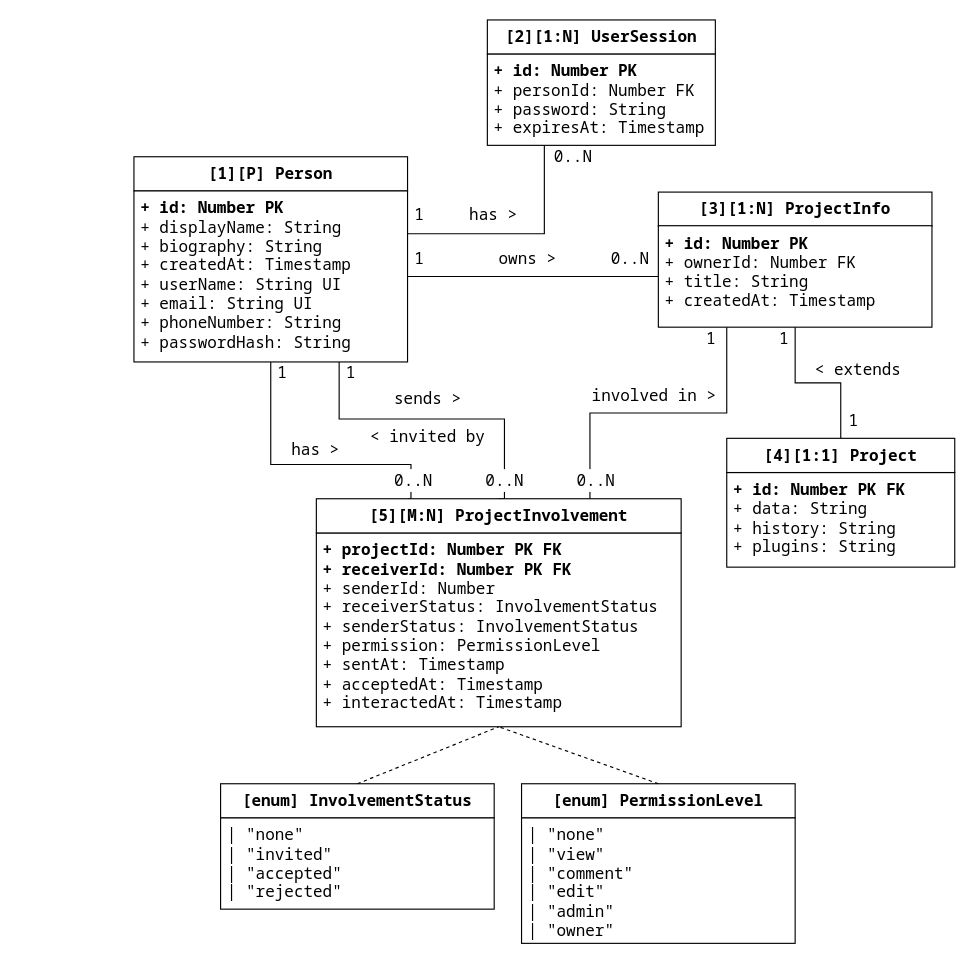
Above: page "Relational" (1 of 3) of science-vis/datamodel.drawio in dmitriynaumov1024/proj (draw.io), before the change. Source tidied: cells renumbered, new cells numbered last; positions are measured from the earlier drawing's top-left corner, leaving out a move shared by most shapes. Both pictures are drawn from the tidied source at 114%, with x=0, y=0 at pixel (133, 19).
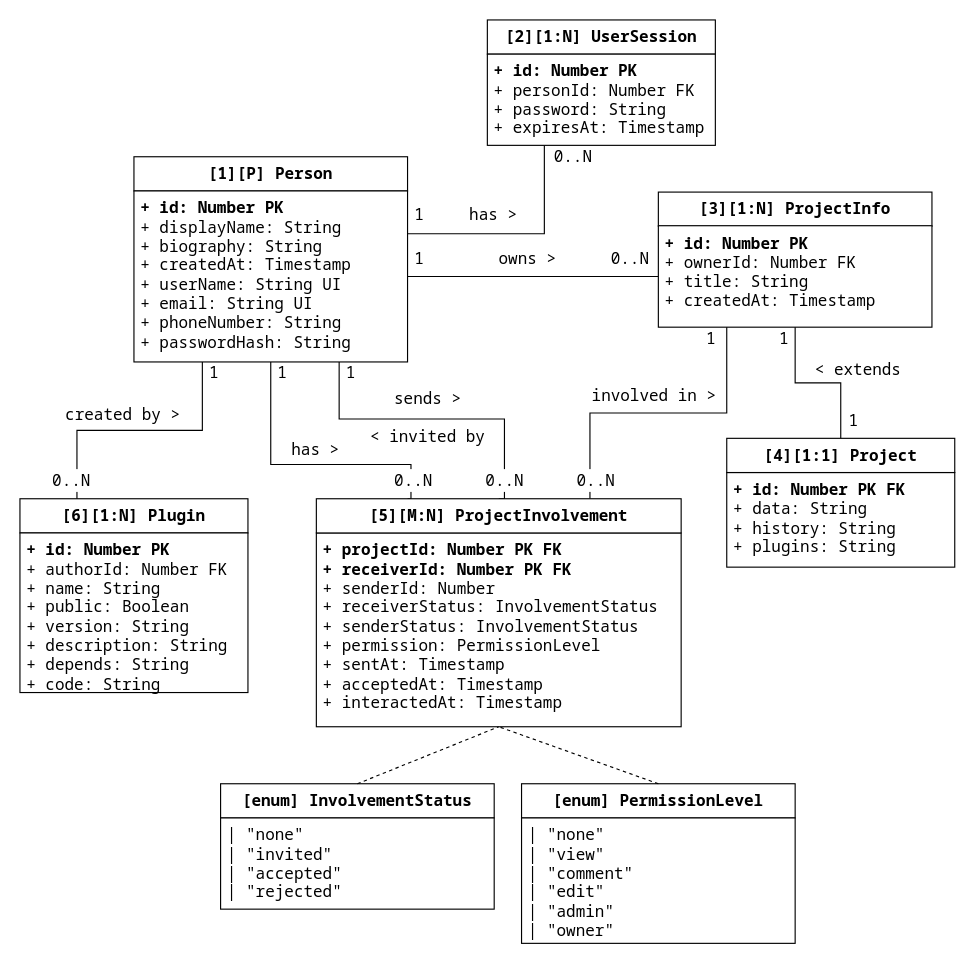
The same page after the edit.

The change refers to these unchanged cells:
```xml
<mxCell id="6" value="&lt;b&gt;+ id: Number PK&lt;/b&gt;&lt;br&gt;+ displayName: String&lt;br&gt;&lt;div&gt;+ biography: String&lt;/div&gt;&lt;div&gt;+ createdAt: Timestamp&lt;/div&gt;+ userName: String UI&lt;div&gt;+ email: String UI&lt;/div&gt;&lt;div&gt;+ phoneNumber: String&lt;/div&gt;&lt;div&gt;+ passwordHash: String&lt;/div&gt;" style="rounded=0;whiteSpace=wrap;html=1;fontFamily=Noto Sans Mono;fontSize=14;align=left;verticalAlign=top;spacingLeft=4;" parent="1" vertex="1">
  <mxGeometry y="150" width="240" height="150" as="geometry" />
</mxCell>
```

Change to the diagram source:
```diff
@@
+    <mxCell id="42" value="[6][1:N] Plugin" style="rounded=0;whiteSpace=wrap;html=1;fontFamily=Noto Sans Mono;fontSize=14;fontStyle=1;" parent="1" vertex="1">
+      <mxGeometry x="-100" y="420" width="200" height="30" as="geometry" />
+    </mxCell>
+    <mxCell id="43" value="&lt;div&gt;&lt;b&gt;+ id: Number PK&lt;/b&gt;&lt;/div&gt;&lt;div&gt;+ authorId: Number FK&lt;/div&gt;&lt;div&gt;+ name: String&amp;nbsp;&lt;/div&gt;&lt;div&gt;+ public: Boolean&lt;/div&gt;&lt;div&gt;+ version: String&lt;/div&gt;&lt;div&gt;+ description: String&lt;/div&gt;&lt;div&gt;+ depends: String&lt;/div&gt;&lt;div&gt;+ code: String&lt;/div&gt;" style="rounded=0;whiteSpace=wrap;html=1;fontFamily=Noto Sans Mono;fontSize=14;align=left;verticalAlign=top;spacingLeft=4;" parent="1" vertex="1">
+      <mxGeometry x="-100" y="450" width="200" height="140" as="geometry" />
+    </mxCell>
+    <mxCell id="44" style="edgeStyle=orthogonalEdgeStyle;rounded=0;jettySize=auto;html=1;exitX=0.25;exitY=0;exitDx=0;exitDy=0;entryX=0.25;entryY=1;entryDx=0;entryDy=0;fontFamily=Noto Sans Mono;fontSize=14;endArrow=none;endFill=0;" parent="1" edge="1" source="42" target="6">
+      <mxGeometry relative="1" as="geometry" />
+    </mxCell>
+    <mxCell id="45" value="created by &amp;gt;" style="text;html=1;align=center;verticalAlign=middle;strokeColor=none;fillColor=none;fontSize=14;fontFamily=Noto Sans Mono;" parent="1" vertex="1">
+      <mxGeometry x="-70" y="336" width="120" height="20" as="geometry" />
+    </mxCell>
+    <mxCell id="46" value="1" style="text;html=1;align=center;verticalAlign=middle;strokeColor=none;fillColor=none;fontSize=14;fontFamily=Noto Sans Mono;" parent="1" vertex="1">
+      <mxGeometry x="60" y="300" width="20" height="20" as="geometry" />
+    </mxCell>
+    <mxCell id="47" value="0..N" style="text;html=1;align=center;verticalAlign=middle;strokeColor=none;fillColor=default;fontSize=14;fontFamily=Noto Sans Mono;" parent="1" vertex="1">
+      <mxGeometry x="-80" y="394" width="50" height="20" as="geometry" />
+    </mxCell>
```
